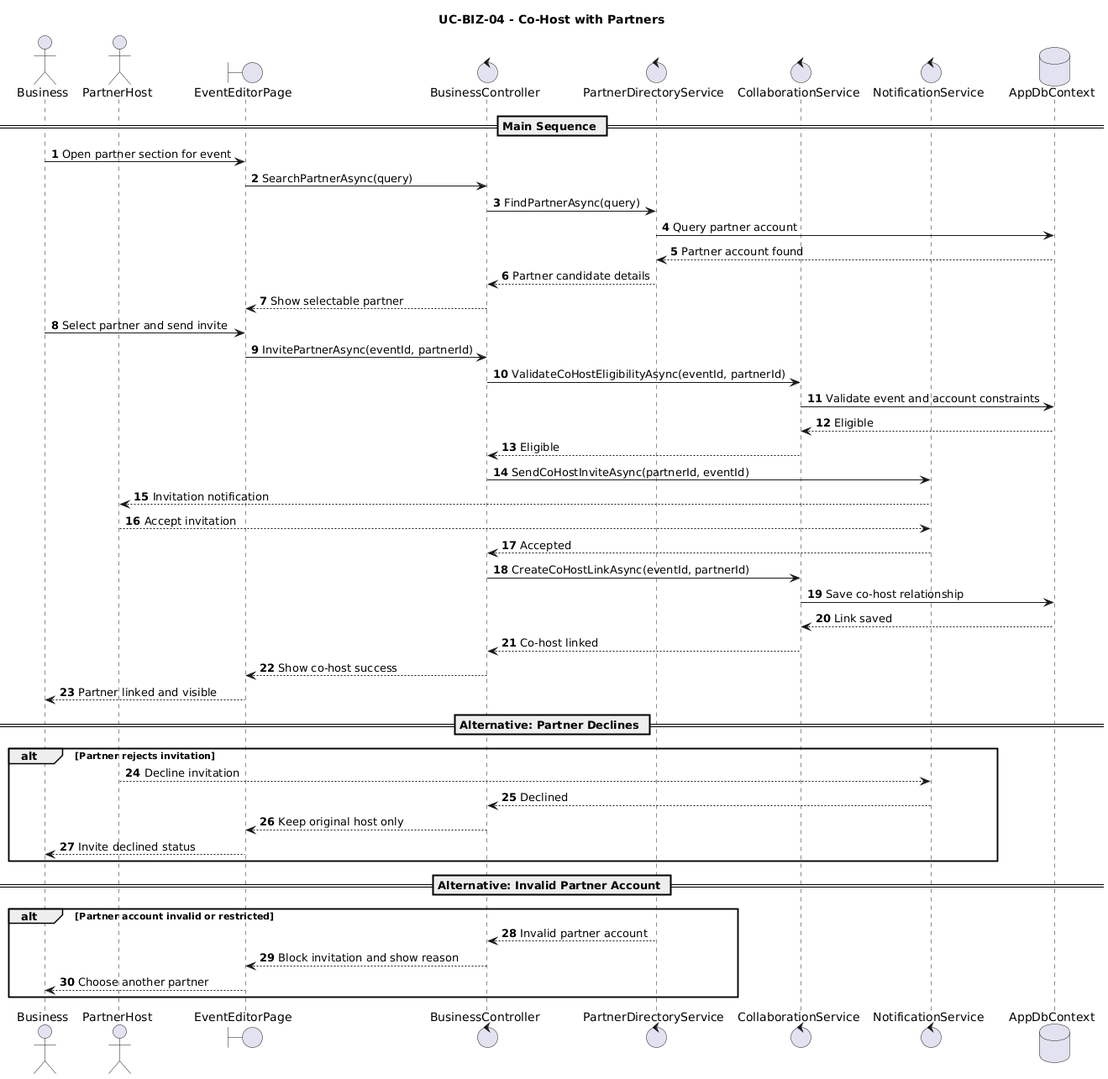
Earlier version of the PlantUML export User Cases/Sequence Diagrams/BusinessRole/CoHostWithPartners.png (gorge-unc23/4ThePlot). The source it was exported from:
```plantuml
@startuml
title UC-BIZ-04 - Co-Host with Partners
autonumber

actor Business
actor PartnerHost
boundary EventEditorPage
control BusinessController
control PartnerDirectoryService
control CollaborationService
control NotificationService
database AppDbContext

== Main Sequence ==
Business -> EventEditorPage: Open partner section for event
EventEditorPage -> BusinessController: SearchPartnerAsync(query)
BusinessController -> PartnerDirectoryService: FindPartnerAsync(query)
PartnerDirectoryService -> AppDbContext: Query partner account
AppDbContext --> PartnerDirectoryService: Partner account found
PartnerDirectoryService --> BusinessController: Partner candidate details
BusinessController --> EventEditorPage: Show selectable partner

Business -> EventEditorPage: Select partner and send invite
EventEditorPage -> BusinessController: InvitePartnerAsync(eventId, partnerId)
BusinessController -> CollaborationService: ValidateCoHostEligibilityAsync(eventId, partnerId)
CollaborationService -> AppDbContext: Validate event and account constraints
AppDbContext --> CollaborationService: Eligible
CollaborationService --> BusinessController: Eligible

BusinessController -> NotificationService: SendCoHostInviteAsync(partnerId, eventId)
NotificationService --> PartnerHost: Invitation notification
PartnerHost --> NotificationService: Accept invitation
NotificationService --> BusinessController: Accepted
BusinessController -> CollaborationService: CreateCoHostLinkAsync(eventId, partnerId)
CollaborationService -> AppDbContext: Save co-host relationship
AppDbContext --> CollaborationService: Link saved
CollaborationService --> BusinessController: Co-host linked
BusinessController --> EventEditorPage: Show co-host success
EventEditorPage --> Business: Partner linked and visible

== Alternative: Partner Declines ==
alt Partner rejects invitation
  PartnerHost --> NotificationService: Decline invitation
  NotificationService --> BusinessController: Declined
  BusinessController --> EventEditorPage: Keep original host only
  EventEditorPage --> Business: Invite declined status
end

== Alternative: Invalid Partner Account ==
alt Partner account invalid or restricted
  PartnerDirectoryService --> BusinessController: Invalid partner account
  BusinessController --> EventEditorPage: Block invitation and show reason
  EventEditorPage --> Business: Choose another partner
end
@enduml
```
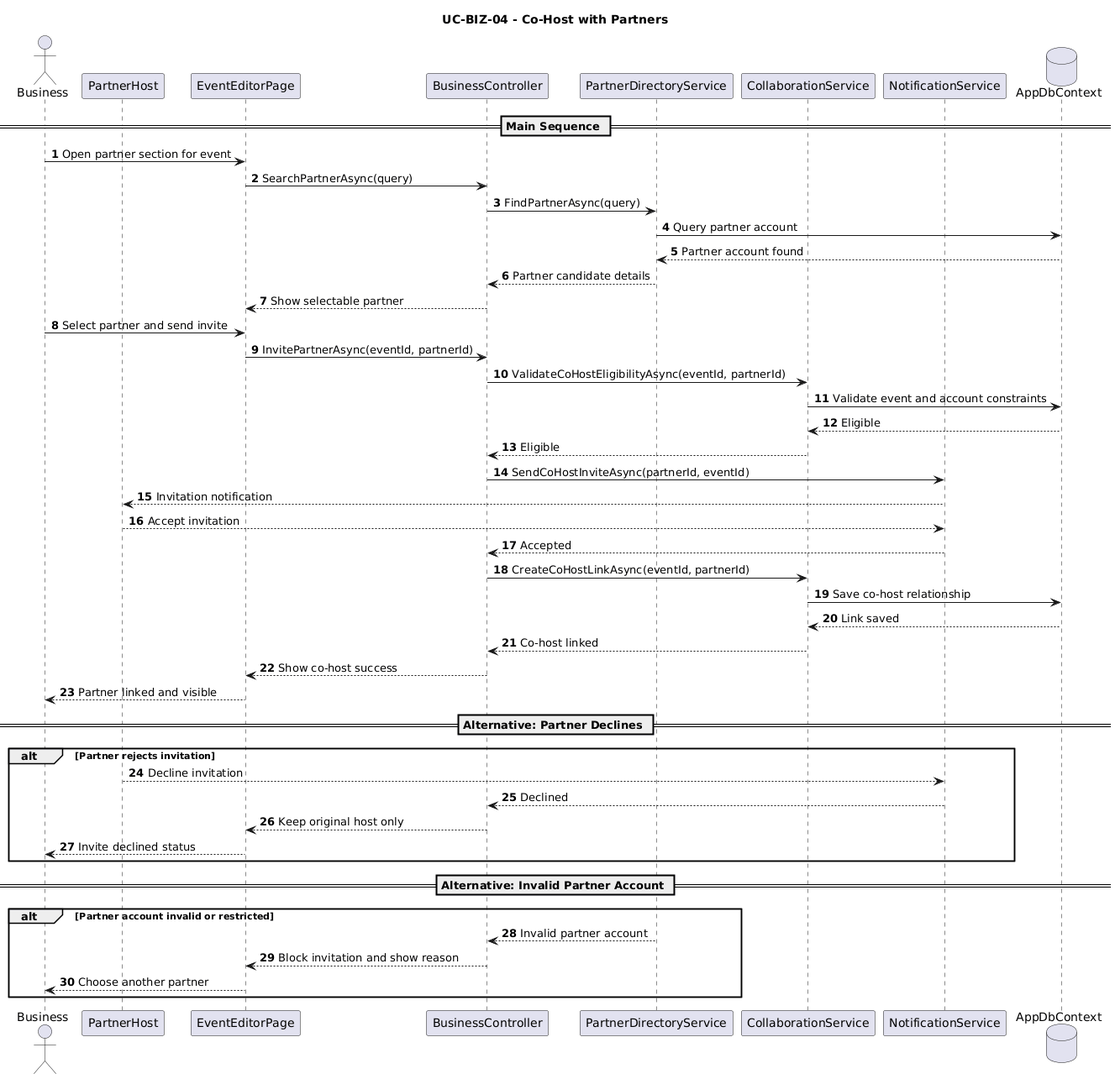
After the commit.

Change to the diagram source:
```diff
@@ -3,12 +3,12 @@
 autonumber
 
 actor Business
-actor PartnerHost
-boundary EventEditorPage
-control BusinessController
-control PartnerDirectoryService
-control CollaborationService
-control NotificationService
+participant PartnerHost
+participant EventEditorPage
+participant BusinessController
+participant PartnerDirectoryService
+participant CollaborationService
+participant NotificationService
 database AppDbContext
 
 == Main Sequence ==
```
